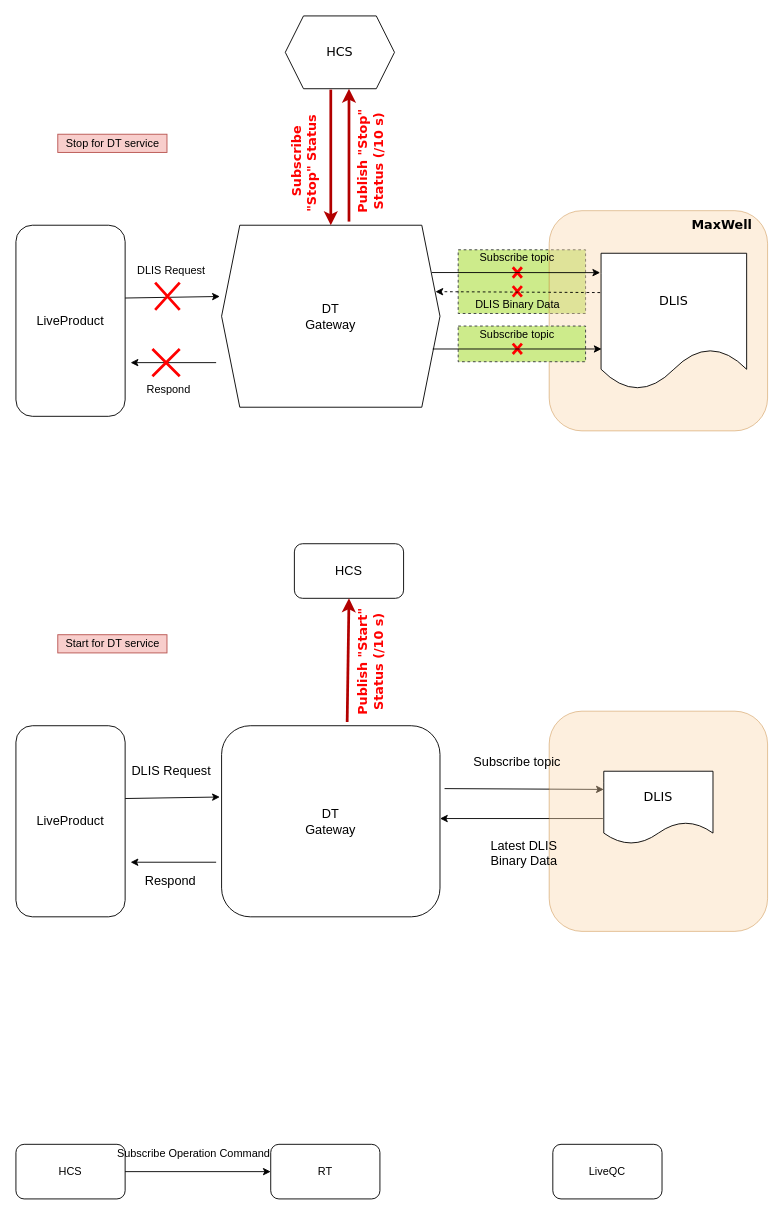
Above: Untitled Diagram.drawio in YYuan1414/API (draw.io), before the change. Source tidied: cells renumbered, new cells numbered last; positions are measured from the earlier drawing's top-left corner, leaving out a move shared by most shapes. Both pictures are drawn from the tidied source at 91%, with x=0, y=0 at pixel (15, 15).
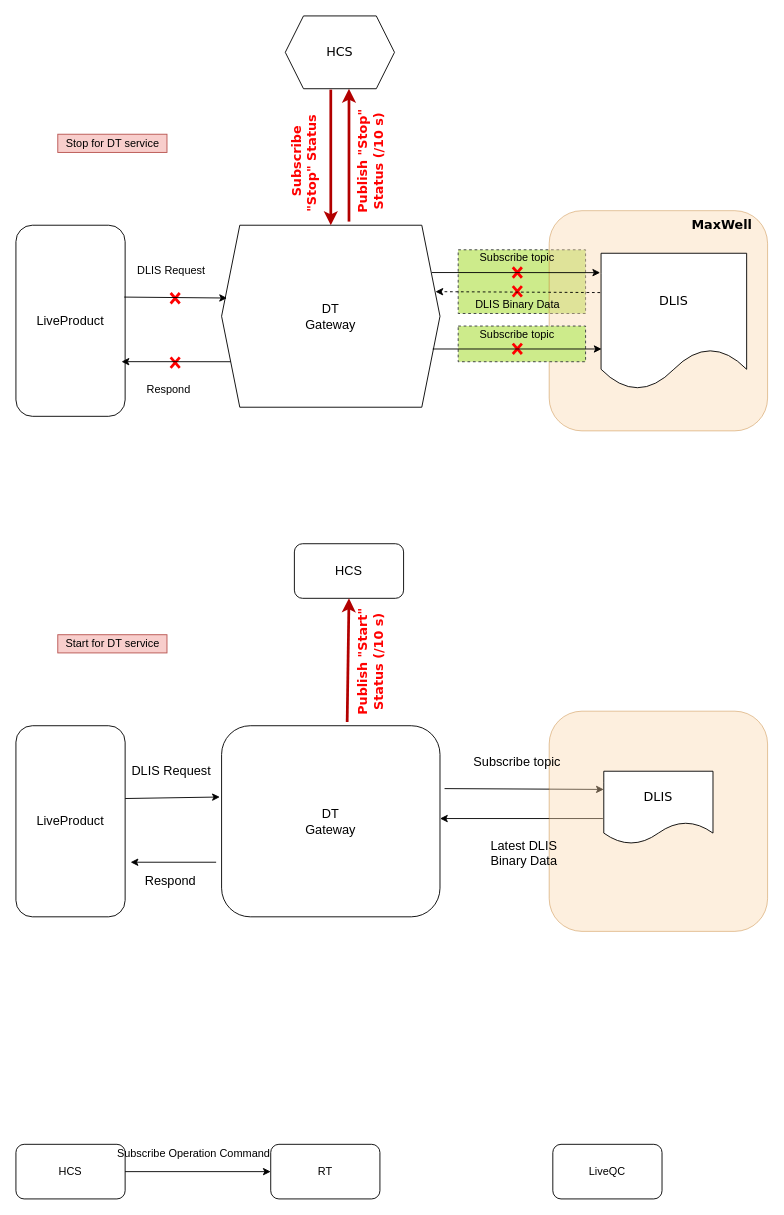
The same diagram, later.

Unchanged cells that the change refers to:
```xml
<mxCell id="5" value="LiveProduct" style="rounded=1;whiteSpace=wrap;html=1;fontSize=14;" parent="1" vertex="1">
  <mxGeometry y="230" width="120" height="210" as="geometry" />
</mxCell>
<mxCell id="39" value="&lt;span style=&quot;font-family: helvetica;&quot;&gt;DT&lt;/span&gt;&lt;br style=&quot;font-family: helvetica;&quot;&gt;&lt;span style=&quot;font-family: helvetica;&quot;&gt;Gateway&lt;/span&gt;" style="shape=hexagon;perimeter=hexagonPerimeter2;whiteSpace=wrap;html=1;fixedSize=1;labelBackgroundColor=none;strokeColor=#000000;fillColor=none;fontFamily=Verdana;fontSize=14;fontColor=#000000;align=center;strokeWidth=1;" parent="1" vertex="1">
  <mxGeometry x="226" y="230" width="240" height="200" as="geometry" />
</mxCell>
```

Diff of the diagram source:
```diff
@@
-    <mxCell id="3" style="endArrow=classic;html=1;strokeWidth=1;fontFamily=Verdana;fontSize=14;fontColor=#000000;entryX=-0.008;entryY=0.373;entryDx=0;entryDy=0;entryPerimeter=0;" parent="1" edge="1">
-      <mxGeometry relative="1" as="geometry">
-        <mxPoint x="120" y="310" as="sourcePoint" />
-        <mxPoint x="224.1" y="308.3" as="targetPoint" />
-      </mxGeometry>
-    </mxCell>
@@
-    <mxCell id="14" style="endArrow=classic;html=1;" parent="1" edge="1">
-      <mxGeometry relative="1" as="geometry">
-        <mxPoint x="220" y="381" as="sourcePoint" />
-        <mxPoint x="126" y="381" as="targetPoint" />
-      </mxGeometry>
-    </mxCell>
@@
-    <mxCell id="18" style="shape=umlDestroy;whiteSpace=wrap;html=1;strokeWidth=3;strokeColor=#FF0000;" parent="1" vertex="1">
-      <mxGeometry x="150" y="366" width="30" height="30" as="geometry" />
-    </mxCell>
@@
-    <mxCell id="20" style="shape=umlDestroy;whiteSpace=wrap;html=1;strokeWidth=3;strokeColor=#FF0000;" parent="1" vertex="1">
-      <mxGeometry x="153" y="293" width="27" height="30" as="geometry" />
-    </mxCell>
@@
+    <mxCell id="51" style="shape=umlDestroy;whiteSpace=wrap;html=1;strokeWidth=3;strokeColor=#FF0000;direction=south;fillColor=none;" parent="1" vertex="1">
+      <mxGeometry x="170" y="375.2" width="10" height="11.5" as="geometry" />
+    </mxCell>
+    <mxCell id="52" style="shape=umlDestroy;whiteSpace=wrap;html=1;strokeWidth=3;strokeColor=#FF0000;direction=south;fillColor=none;" parent="1" vertex="1">
+      <mxGeometry x="170" y="304.5" width="10" height="11.5" as="geometry" />
+    </mxCell>
+    <mxCell id="53" style="endArrow=classic;html=1;strokeWidth=1;fontFamily=Verdana;fontSize=12;fontColor=#000000;exitX=0.992;exitY=0.376;exitDx=0;exitDy=0;exitPerimeter=0;entryX=0.025;entryY=0.4;entryDx=0;entryDy=0;entryPerimeter=0;" parent="1" edge="1" source="5" target="39">
+      <mxGeometry relative="1" as="geometry" />
+    </mxCell>
+    <mxCell id="54" style="endArrow=classic;html=1;strokeWidth=1;fontFamily=Verdana;fontSize=12;fontColor=#000000;entryX=0.967;entryY=0.714;entryDx=0;entryDy=0;entryPerimeter=0;" parent="1" edge="1" target="5">
+      <mxGeometry relative="1" as="geometry">
+        <mxPoint x="236" y="380" as="sourcePoint" />
+      </mxGeometry>
+    </mxCell>
```
